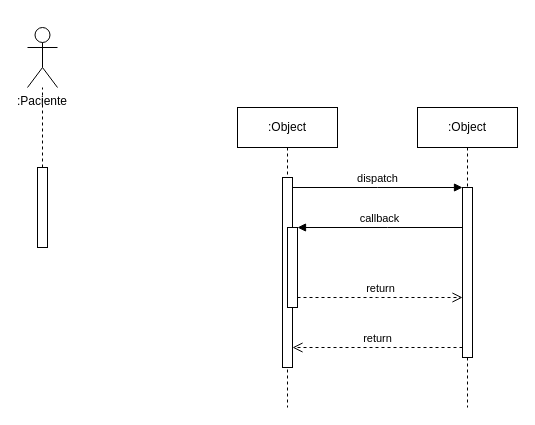
This is Diagrama_de_sequencia_2.drawio from ProjetoDelimeterSite/DelimeterDocumantacao, a draw.io file, before an edit. Source tidied: cells renumbered, new cells numbered last; positions are measured from the earlier drawing's top-left corner, leaving out a move shared by most shapes. Both pictures are drawn from the tidied source at 100%, with x=0, y=0 at pixel (27, 27).
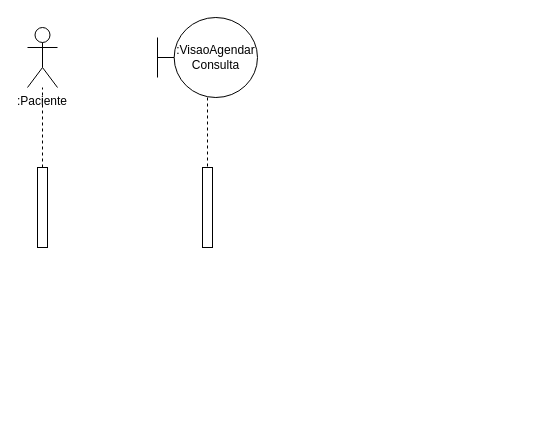
The same page after the edit.

The edit, as a diff of the source:
```diff
@@
 <mxGraphModel>
   <root>
     <mxCell id="0" />
     <mxCell id="1" parent="0" />
     <mxCell id="2" style="rounded=0;jettySize=auto;html=1;dashed=1;endArrow=none;endFill=0;textShadow=0;labelBackgroundColor=light-dark(default, #ffffff);" parent="1" edge="1" source="12" target="13">
       <mxGeometry relative="1" as="geometry" />
     </mxCell>
-    <mxCell id="3" value=":Object" style="shape=umlLifeline;perimeter=lifelinePerimeter;whiteSpace=wrap;html=1;newEdgeStyle={&quot;edgeStyle&quot;:&quot;elbowEdgeStyle&quot;,&quot;elbow&quot;:&quot;vertical&quot;,&quot;curved&quot;:0,&quot;rounded&quot;:0};" parent="1" vertex="1">
-      <mxGeometry x="210" y="80" width="100" height="300" as="geometry" />
-    </mxCell>
-    <mxCell id="4" style="html=1;points=[];perimeter=orthogonalPerimeter;outlineConnect=0;targetShapes=umlLifeline;portConstraint=eastwest;newEdgeStyle={&quot;edgeStyle&quot;:&quot;elbowEdgeStyle&quot;,&quot;elbow&quot;:&quot;vertical&quot;,&quot;curved&quot;:0,&quot;rounded&quot;:0};" parent="3" vertex="1">
-      <mxGeometry x="45" y="70" width="10" height="190" as="geometry" />
-    </mxCell>
-    <mxCell id="5" style="html=1;points=[];perimeter=orthogonalPerimeter;outlineConnect=0;targetShapes=umlLifeline;portConstraint=eastwest;newEdgeStyle={&quot;edgeStyle&quot;:&quot;elbowEdgeStyle&quot;,&quot;elbow&quot;:&quot;vertical&quot;,&quot;curved&quot;:0,&quot;rounded&quot;:0};" parent="3" vertex="1">
-      <mxGeometry x="50" y="120" width="10" height="80" as="geometry" />
-    </mxCell>
-    <mxCell id="6" value=":Object" style="shape=umlLifeline;perimeter=lifelinePerimeter;whiteSpace=wrap;html=1;newEdgeStyle={&quot;edgeStyle&quot;:&quot;elbowEdgeStyle&quot;,&quot;elbow&quot;:&quot;vertical&quot;,&quot;curved&quot;:0,&quot;rounded&quot;:0};" parent="1" vertex="1">
-      <mxGeometry x="390" y="80" width="100" height="300" as="geometry" />
-    </mxCell>
-    <mxCell id="7" style="html=1;points=[];perimeter=orthogonalPerimeter;outlineConnect=0;targetShapes=umlLifeline;portConstraint=eastwest;newEdgeStyle={&quot;edgeStyle&quot;:&quot;elbowEdgeStyle&quot;,&quot;elbow&quot;:&quot;vertical&quot;,&quot;curved&quot;:0,&quot;rounded&quot;:0};" parent="6" vertex="1">
-      <mxGeometry x="45" y="80" width="10" height="170" as="geometry" />
-    </mxCell>
-    <mxCell id="8" value="dispatch" style="html=1;verticalAlign=bottom;endArrow=block;edgeStyle=elbowEdgeStyle;elbow=vertical;curved=0;rounded=0;" parent="1" edge="1" source="4" target="7">
-      <mxGeometry relative="1" as="geometry">
-        <Array as="points">
-          <mxPoint x="350" y="160" />
-        </Array>
-      </mxGeometry>
-    </mxCell>
-    <mxCell id="9" value="return" style="html=1;verticalAlign=bottom;endArrow=open;dashed=1;endSize=8;edgeStyle=elbowEdgeStyle;elbow=vertical;curved=0;rounded=0;" parent="1" edge="1" source="7" target="4">
-      <mxGeometry relative="1" as="geometry">
-        <Array as="points">
-          <mxPoint x="360" y="320" />
-        </Array>
-      </mxGeometry>
-    </mxCell>
-    <mxCell id="10" value="callback" style="html=1;verticalAlign=bottom;endArrow=block;edgeStyle=elbowEdgeStyle;elbow=vertical;curved=0;rounded=0;" parent="1" edge="1" source="7" target="5">
-      <mxGeometry relative="1" as="geometry">
-        <Array as="points">
-          <mxPoint x="360" y="200" />
-        </Array>
-      </mxGeometry>
-    </mxCell>
-    <mxCell id="11" value="return" style="html=1;verticalAlign=bottom;endArrow=open;dashed=1;endSize=8;edgeStyle=elbowEdgeStyle;elbow=vertical;curved=0;rounded=0;" parent="1" edge="1" source="5" target="7">
-      <mxGeometry relative="1" as="geometry">
-        <Array as="points">
-          <mxPoint x="350" y="270" />
-        </Array>
-      </mxGeometry>
-    </mxCell>
     <mxCell id="12" style="html=1;points=[[0,0,0,0,5],[0,1,0,0,-5],[1,0,0,0,5],[1,1,0,0,-5]];perimeter=orthogonalPerimeter;outlineConnect=0;targetShapes=umlLifeline;portConstraint=eastwest;newEdgeStyle={&quot;curved&quot;:0,&quot;rounded&quot;:0};" parent="1" vertex="1">
       <mxGeometry x="10" y="140" width="10" height="80" as="geometry" />
     </mxCell>
     <mxCell id="13" value="&lt;span style=&quot;&quot;&gt;:Paciente&lt;/span&gt;" style="shape=umlActor;verticalLabelPosition=bottom;verticalAlign=top;html=1;labelBackgroundColor=none;labelBorderColor=none;textShadow=0;whiteSpace=wrap;" parent="1" vertex="1">
       <mxGeometry width="30" height="60" as="geometry" />
     </mxCell>
+    <mxCell id="14" value=":VisaoAgendar&lt;div&gt;Consulta&lt;/div&gt;" style="shape=umlBoundary;whiteSpace=wrap;html=1;" parent="1" vertex="1">
+      <mxGeometry x="130" y="-10" width="100" height="80" as="geometry" />
+    </mxCell>
+    <mxCell id="15" style="html=1;points=[[0,0,0,0,5],[0,1,0,0,-5],[1,0,0,0,5],[1,1,0,0,-5]];perimeter=orthogonalPerimeter;outlineConnect=0;targetShapes=umlLifeline;portConstraint=eastwest;newEdgeStyle={&quot;curved&quot;:0,&quot;rounded&quot;:0};" parent="1" vertex="1">
+      <mxGeometry x="175" y="140" width="10" height="80" as="geometry" />
+    </mxCell>
+    <mxCell id="16" style="jettySize=auto;html=1;rounded=0;endArrow=none;endFill=0;dashed=1;" parent="1" edge="1" source="14" target="15">
+      <mxGeometry relative="1" as="geometry" />
+    </mxCell>
   </root>
 </mxGraphModel>
```
